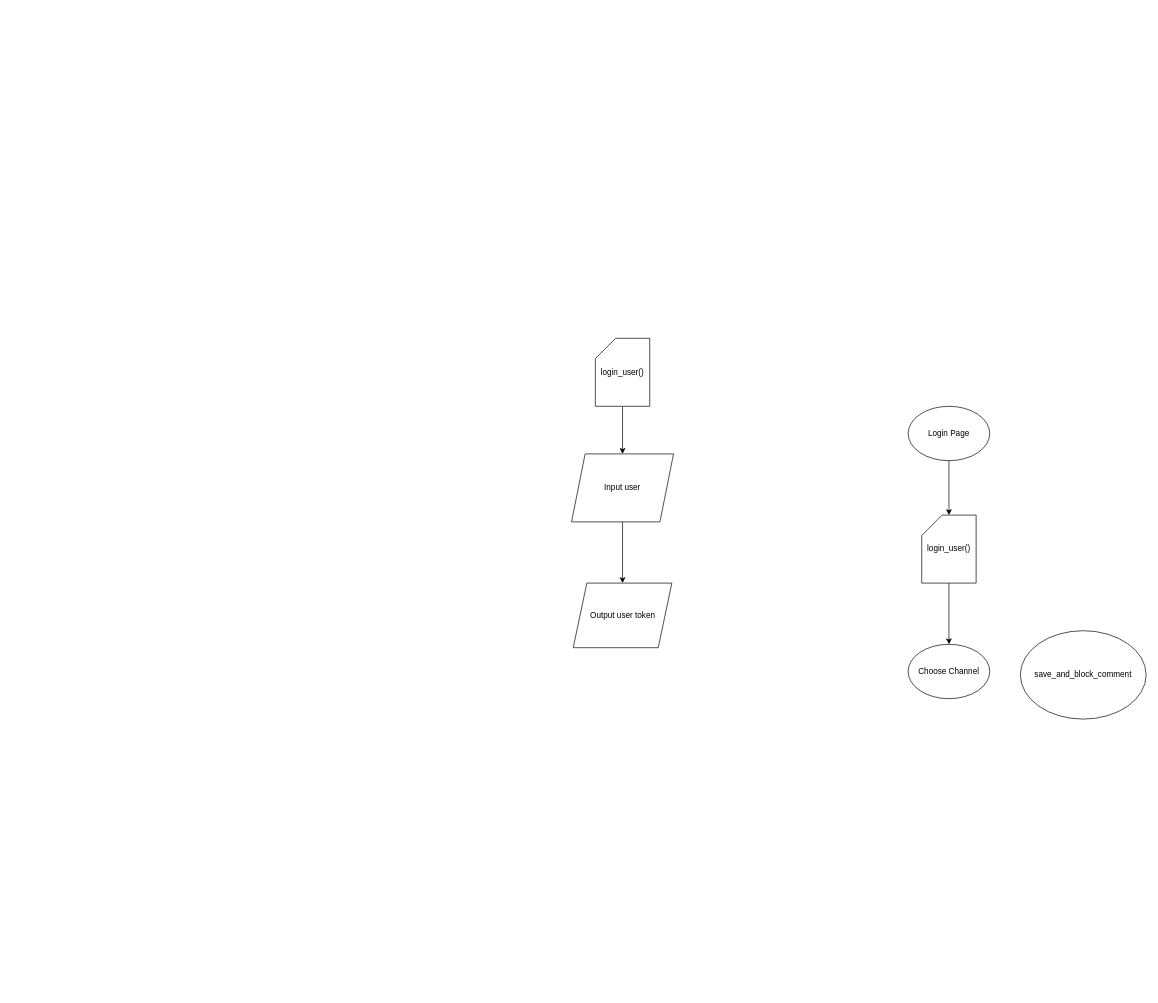
This is Plan.drawio from ImNotDanish05/LombaITFest, a draw.io file, before an edit. Source tidied: cells renumbered, new cells numbered last; positions are measured from the earlier drawing's top-left corner, leaving out a move shared by most shapes. Both pictures are drawn from the tidied source at 68%, with x=0, y=0 at pixel (571, 338).
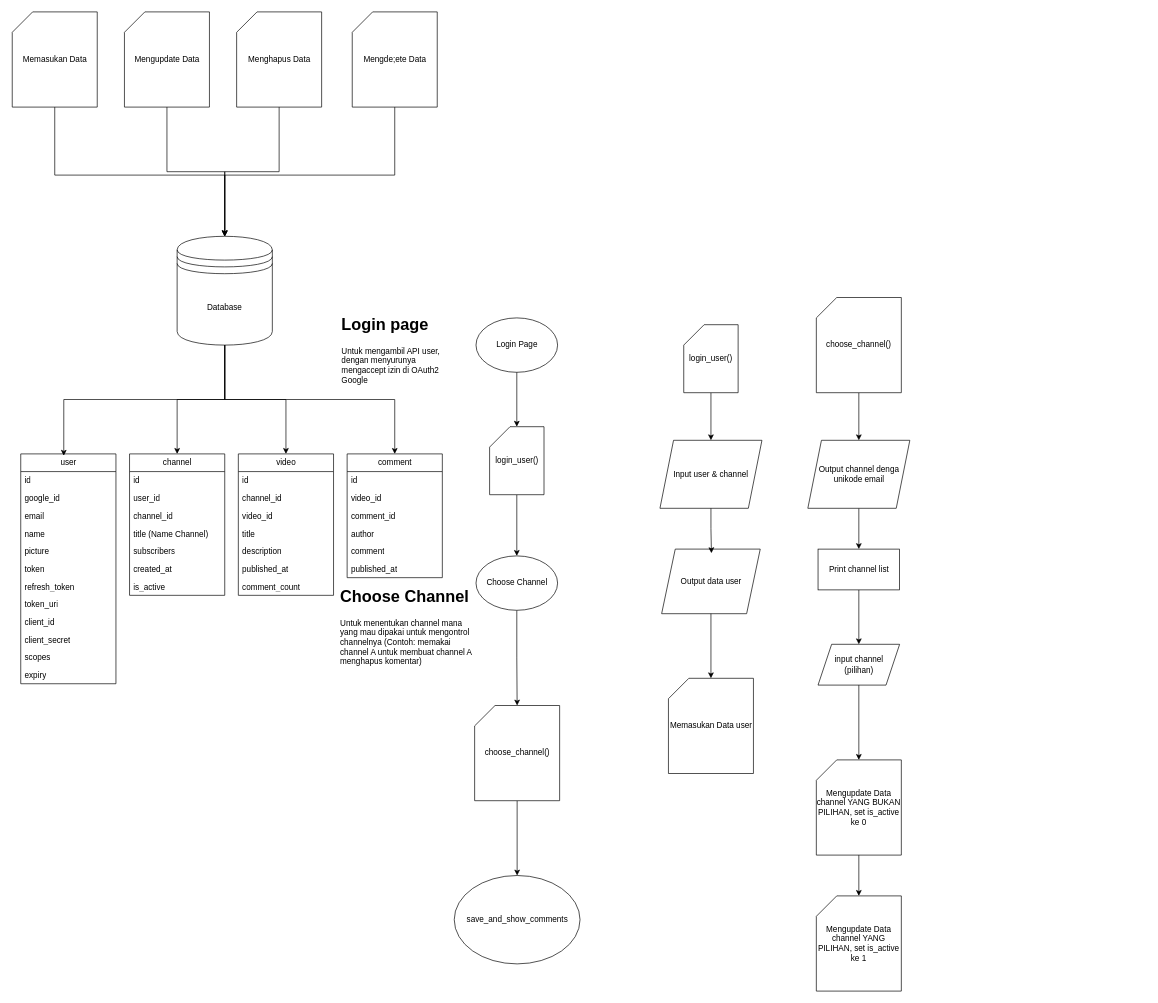
After the change.

Change to the diagram source:
```diff
@@
     <mxCell id="2" value="Login Page" style="ellipse;whiteSpace=wrap;html=1;" parent="1" vertex="1">
-      <mxGeometry x="495" y="100" width="120" height="80" as="geometry" />
+      <mxGeometry x="-140.5" y="-30" width="120" height="80" as="geometry" />
     </mxCell>
@@
     <mxCell id="4" value="login_user()" style="shape=card;whiteSpace=wrap;html=1;" parent="1" vertex="1">
-      <mxGeometry x="35" width="80" height="100" as="geometry" />
+      <mxGeometry x="165" y="-20" width="80" height="100" as="geometry" />
     </mxCell>
+    <mxCell id="13" style="edgeStyle=orthogonalEdgeStyle;rounded=0;jettySize=auto;html=1;" parent="1" edge="1" source="5" target="15">
+      <mxGeometry relative="1" as="geometry" />
+    </mxCell>
     <mxCell id="5" value="Choose Channel" style="ellipse;whiteSpace=wrap;html=1;" parent="1" vertex="1">
-      <mxGeometry x="495" y="450" width="120" height="80" as="geometry" />
+      <mxGeometry x="-140.5" y="320" width="120" height="80" as="geometry" />
     </mxCell>
-    <mxCell id="6" value="save_and_block_comment" style="ellipse;whiteSpace=wrap;html=1;" parent="1" vertex="1">
-      <mxGeometry x="660" y="430" width="185" height="130" as="geometry" />
+    <mxCell id="6" value="save_and_show_comments" style="ellipse;whiteSpace=wrap;html=1;" parent="1" vertex="1">
+      <mxGeometry x="-172.5" y="790" width="185" height="130" as="geometry" />
     </mxCell>
-    <mxCell id="7" style="edgeStyle=orthogonalEdgeStyle;rounded=0;jettySize=auto;html=1;" parent="1" edge="1" source="8" target="9">
-      <mxGeometry relative="1" as="geometry" />
-    </mxCell>
-    <mxCell id="8" value="Input user" style="shape=parallelogram;perimeter=parallelogramPerimeter;whiteSpace=wrap;html=1;fixedSize=1;" parent="1" vertex="1">
-      <mxGeometry y="170" width="150" height="100" as="geometry" />
+    <mxCell id="8" value="Input user &amp;amp; channel" style="shape=parallelogram;perimeter=parallelogramPerimeter;whiteSpace=wrap;html=1;fixedSize=1;" parent="1" vertex="1">
+      <mxGeometry x="130" y="150" width="150" height="100" as="geometry" />
     </mxCell>
-    <mxCell id="9" value="Output user token" style="shape=parallelogram;perimeter=parallelogramPerimeter;whiteSpace=wrap;html=1;fixedSize=1;" parent="1" vertex="1">
-      <mxGeometry x="2.5" y="360" width="145" height="95" as="geometry" />
+    <mxCell id="9" value="Output data user" style="shape=parallelogram;perimeter=parallelogramPerimeter;whiteSpace=wrap;html=1;fixedSize=1;" parent="1" vertex="1">
+      <mxGeometry x="132.5" y="310" width="145" height="95" as="geometry" />
     </mxCell>
@@
     <mxCell id="11" value="login_user()" style="shape=card;whiteSpace=wrap;html=1;" parent="1" vertex="1">
-      <mxGeometry x="515" y="260" width="80" height="100" as="geometry" />
+      <mxGeometry x="-120.5" y="130" width="80" height="100" as="geometry" />
     </mxCell>
@@
+    <mxCell id="14" style="edgeStyle=orthogonalEdgeStyle;rounded=0;jettySize=auto;html=1;" parent="1" edge="1" source="15" target="6">
+      <mxGeometry relative="1" as="geometry" />
+    </mxCell>
+    <mxCell id="15" value="choose_channel()" style="shape=card;whiteSpace=wrap;html=1;" parent="1" vertex="1">
+      <mxGeometry x="-142.5" y="540" width="125" height="140" as="geometry" />
+    </mxCell>
+    <mxCell id="16" style="edgeStyle=orthogonalEdgeStyle;rounded=0;jettySize=auto;html=1;" parent="1" edge="1" source="17" target="70">
+      <mxGeometry relative="1" as="geometry" />
+    </mxCell>
+    <mxCell id="17" value="choose_channel()" style="shape=card;whiteSpace=wrap;html=1;" parent="1" vertex="1">
+      <mxGeometry x="360" y="-60" width="125" height="140" as="geometry" />
+    </mxCell>
+    <mxCell id="18" style="edgeStyle=orthogonalEdgeStyle;rounded=0;jettySize=auto;html=1;" parent="1" edge="1" source="21" target="22">
+      <mxGeometry relative="1" as="geometry" />
+    </mxCell>
+    <mxCell id="19" style="edgeStyle=orthogonalEdgeStyle;rounded=0;jettySize=auto;html=1;entryX=0.5;entryY=0;entryDx=0;entryDy=0;" parent="1" edge="1" source="21" target="43">
+      <mxGeometry relative="1" as="geometry" />
+    </mxCell>
+    <mxCell id="20" style="edgeStyle=orthogonalEdgeStyle;rounded=0;jettySize=auto;html=1;" parent="1" edge="1" source="21" target="51">
+      <mxGeometry relative="1" as="geometry">
+        <Array as="points">
+          <mxPoint x="-510" y="90" />
+          <mxPoint x="-260" y="90" />
+        </Array>
+      </mxGeometry>
+    </mxCell>
+    <mxCell id="21" value="Database" style="shape=datastore;whiteSpace=wrap;html=1;" parent="1" vertex="1">
+      <mxGeometry x="-580" y="-150" width="140" height="160" as="geometry" />
+    </mxCell>
+    <mxCell id="22" value="channel" style="swimlane;fontStyle=0;horizontal=1;startSize=26;fillColor=none;html=1;" parent="1" vertex="1">
+      <mxGeometry x="-650" y="170" width="140" height="208" as="geometry" />
+    </mxCell>
+    <mxCell id="23" value="id" style="text;strokeColor=none;fillColor=none;align=left;verticalAlign=top;spacingLeft=4;spacingRight=4;overflow=hidden;whiteSpace=wrap;html=1;" parent="22" vertex="1">
+      <mxGeometry y="26" width="140" height="26" as="geometry" />
+    </mxCell>
+    <mxCell id="24" value="user_id" style="text;strokeColor=none;fillColor=none;align=left;verticalAlign=top;spacingLeft=4;spacingRight=4;overflow=hidden;whiteSpace=wrap;html=1;" parent="22" vertex="1">
+      <mxGeometry y="52" width="140" height="26" as="geometry" />
+    </mxCell>
+    <mxCell id="25" value="channel_id" style="text;strokeColor=none;fillColor=none;align=left;verticalAlign=top;spacingLeft=4;spacingRight=4;overflow=hidden;whiteSpace=wrap;html=1;" parent="22" vertex="1">
+      <mxGeometry y="78" width="140" height="26" as="geometry" />
+    </mxCell>
+    <mxCell id="26" value="title (Name Channel)" style="text;strokeColor=none;fillColor=none;align=left;verticalAlign=top;spacingLeft=4;spacingRight=4;overflow=hidden;whiteSpace=wrap;html=1;" parent="22" vertex="1">
+      <mxGeometry y="104" width="140" height="26" as="geometry" />
+    </mxCell>
+    <mxCell id="27" value="subscribers" style="text;strokeColor=none;fillColor=none;align=left;verticalAlign=top;spacingLeft=4;spacingRight=4;overflow=hidden;whiteSpace=wrap;html=1;" parent="22" vertex="1">
+      <mxGeometry y="130" width="140" height="26" as="geometry" />
+    </mxCell>
+    <mxCell id="28" value="created_at" style="text;strokeColor=none;fillColor=none;align=left;verticalAlign=top;spacingLeft=4;spacingRight=4;overflow=hidden;whiteSpace=wrap;html=1;" parent="22" vertex="1">
+      <mxGeometry y="156" width="140" height="26" as="geometry" />
+    </mxCell>
+    <mxCell id="29" value="is_active" style="text;strokeColor=none;fillColor=none;align=left;verticalAlign=top;spacingLeft=4;spacingRight=4;overflow=hidden;whiteSpace=wrap;html=1;" parent="22" vertex="1">
+      <mxGeometry y="182" width="140" height="26" as="geometry" />
+    </mxCell>
+    <mxCell id="30" value="user" style="swimlane;fontStyle=0;horizontal=1;startSize=26;fillColor=none;html=1;" parent="1" vertex="1">
+      <mxGeometry x="-810" y="170" width="140" height="338" as="geometry" />
+    </mxCell>
+    <mxCell id="31" value="id" style="text;strokeColor=none;fillColor=none;align=left;verticalAlign=top;spacingLeft=4;spacingRight=4;overflow=hidden;whiteSpace=wrap;html=1;" parent="30" vertex="1">
+      <mxGeometry y="26" width="140" height="26" as="geometry" />
+    </mxCell>
+    <mxCell id="32" value="google_id" style="text;strokeColor=none;fillColor=none;align=left;verticalAlign=top;spacingLeft=4;spacingRight=4;overflow=hidden;whiteSpace=wrap;html=1;" parent="30" vertex="1">
+      <mxGeometry y="52" width="140" height="26" as="geometry" />
+    </mxCell>
+    <mxCell id="33" value="email" style="text;strokeColor=none;fillColor=none;align=left;verticalAlign=top;spacingLeft=4;spacingRight=4;overflow=hidden;whiteSpace=wrap;html=1;" parent="30" vertex="1">
+      <mxGeometry y="78" width="140" height="26" as="geometry" />
+    </mxCell>
+    <mxCell id="34" value="name" style="text;strokeColor=none;fillColor=none;align=left;verticalAlign=top;spacingLeft=4;spacingRight=4;overflow=hidden;whiteSpace=wrap;html=1;" parent="30" vertex="1">
+      <mxGeometry y="104" width="140" height="26" as="geometry" />
+    </mxCell>
+    <mxCell id="35" value="picture" style="text;strokeColor=none;fillColor=none;align=left;verticalAlign=top;spacingLeft=4;spacingRight=4;overflow=hidden;whiteSpace=wrap;html=1;" parent="30" vertex="1">
+      <mxGeometry y="130" width="140" height="26" as="geometry" />
+    </mxCell>
+    <mxCell id="36" value="token" style="text;strokeColor=none;fillColor=none;align=left;verticalAlign=top;spacingLeft=4;spacingRight=4;overflow=hidden;whiteSpace=wrap;html=1;" parent="30" vertex="1">
+      <mxGeometry y="156" width="140" height="26" as="geometry" />
+    </mxCell>
+    <mxCell id="37" value="refresh_token" style="text;strokeColor=none;fillColor=none;align=left;verticalAlign=top;spacingLeft=4;spacingRight=4;overflow=hidden;whiteSpace=wrap;html=1;" parent="30" vertex="1">
+      <mxGeometry y="182" width="140" height="26" as="geometry" />
+    </mxCell>
+    <mxCell id="38" value="token_uri" style="text;strokeColor=none;fillColor=none;align=left;verticalAlign=top;spacingLeft=4;spacingRight=4;overflow=hidden;whiteSpace=wrap;html=1;" parent="30" vertex="1">
+      <mxGeometry y="208" width="140" height="26" as="geometry" />
+    </mxCell>
+    <mxCell id="39" value="client_id" style="text;strokeColor=none;fillColor=none;align=left;verticalAlign=top;spacingLeft=4;spacingRight=4;overflow=hidden;whiteSpace=wrap;html=1;" parent="30" vertex="1">
+      <mxGeometry y="234" width="140" height="26" as="geometry" />
+    </mxCell>
+    <mxCell id="40" value="client_secret" style="text;strokeColor=none;fillColor=none;align=left;verticalAlign=top;spacingLeft=4;spacingRight=4;overflow=hidden;whiteSpace=wrap;html=1;" parent="30" vertex="1">
+      <mxGeometry y="260" width="140" height="26" as="geometry" />
+    </mxCell>
+    <mxCell id="41" value="scopes" style="text;strokeColor=none;fillColor=none;align=left;verticalAlign=top;spacingLeft=4;spacingRight=4;overflow=hidden;whiteSpace=wrap;html=1;" parent="30" vertex="1">
+      <mxGeometry y="286" width="140" height="26" as="geometry" />
+    </mxCell>
+    <mxCell id="42" value="expiry" style="text;strokeColor=none;fillColor=none;align=left;verticalAlign=top;spacingLeft=4;spacingRight=4;overflow=hidden;whiteSpace=wrap;html=1;" parent="30" vertex="1">
+      <mxGeometry y="312" width="140" height="26" as="geometry" />
+    </mxCell>
+    <mxCell id="43" value="video" style="swimlane;fontStyle=0;horizontal=1;startSize=26;fillColor=none;html=1;" parent="1" vertex="1">
+      <mxGeometry x="-490" y="170" width="140" height="208" as="geometry" />
+    </mxCell>
+    <mxCell id="44" value="id" style="text;strokeColor=none;fillColor=none;align=left;verticalAlign=top;spacingLeft=4;spacingRight=4;overflow=hidden;whiteSpace=wrap;html=1;" parent="43" vertex="1">
+      <mxGeometry y="26" width="140" height="26" as="geometry" />
+    </mxCell>
+    <mxCell id="45" value="channel_id" style="text;strokeColor=none;fillColor=none;align=left;verticalAlign=top;spacingLeft=4;spacingRight=4;overflow=hidden;whiteSpace=wrap;html=1;" parent="43" vertex="1">
+      <mxGeometry y="52" width="140" height="26" as="geometry" />
+    </mxCell>
+    <mxCell id="46" value="video_id" style="text;strokeColor=none;fillColor=none;align=left;verticalAlign=top;spacingLeft=4;spacingRight=4;overflow=hidden;whiteSpace=wrap;html=1;" parent="43" vertex="1">
+      <mxGeometry y="78" width="140" height="26" as="geometry" />
+    </mxCell>
+    <mxCell id="47" value="title" style="text;strokeColor=none;fillColor=none;align=left;verticalAlign=top;spacingLeft=4;spacingRight=4;overflow=hidden;whiteSpace=wrap;html=1;" parent="43" vertex="1">
+      <mxGeometry y="104" width="140" height="26" as="geometry" />
+    </mxCell>
+    <mxCell id="48" value="description" style="text;strokeColor=none;fillColor=none;align=left;verticalAlign=top;spacingLeft=4;spacingRight=4;overflow=hidden;whiteSpace=wrap;html=1;" parent="43" vertex="1">
+      <mxGeometry y="130" width="140" height="26" as="geometry" />
+    </mxCell>
+    <mxCell id="49" value="published_at" style="text;strokeColor=none;fillColor=none;align=left;verticalAlign=top;spacingLeft=4;spacingRight=4;overflow=hidden;whiteSpace=wrap;html=1;" parent="43" vertex="1">
+      <mxGeometry y="156" width="140" height="26" as="geometry" />
+    </mxCell>
+    <mxCell id="50" value="comment_count" style="text;strokeColor=none;fillColor=none;align=left;verticalAlign=top;spacingLeft=4;spacingRight=4;overflow=hidden;whiteSpace=wrap;html=1;" parent="43" vertex="1">
+      <mxGeometry y="182" width="140" height="26" as="geometry" />
+    </mxCell>
+    <mxCell id="51" value="comment" style="swimlane;fontStyle=0;horizontal=1;startSize=26;fillColor=none;html=1;" parent="1" vertex="1">
+      <mxGeometry x="-330" y="170" width="140" height="182" as="geometry" />
+    </mxCell>
+    <mxCell id="52" value="id" style="text;strokeColor=none;fillColor=none;align=left;verticalAlign=top;spacingLeft=4;spacingRight=4;overflow=hidden;whiteSpace=wrap;html=1;" parent="51" vertex="1">
+      <mxGeometry y="26" width="140" height="26" as="geometry" />
+    </mxCell>
+    <mxCell id="53" value="video_id" style="text;strokeColor=none;fillColor=none;align=left;verticalAlign=top;spacingLeft=4;spacingRight=4;overflow=hidden;whiteSpace=wrap;html=1;" parent="51" vertex="1">
+      <mxGeometry y="52" width="140" height="26" as="geometry" />
+    </mxCell>
+    <mxCell id="54" value="comment_id" style="text;strokeColor=none;fillColor=none;align=left;verticalAlign=top;spacingLeft=4;spacingRight=4;overflow=hidden;whiteSpace=wrap;html=1;" parent="51" vertex="1">
+      <mxGeometry y="78" width="140" height="26" as="geometry" />
+    </mxCell>
+    <mxCell id="55" value="author" style="text;strokeColor=none;fillColor=none;align=left;verticalAlign=top;spacingLeft=4;spacingRight=4;overflow=hidden;whiteSpace=wrap;html=1;" parent="51" vertex="1">
+      <mxGeometry y="104" width="140" height="26" as="geometry" />
+    </mxCell>
+    <mxCell id="56" value="comment" style="text;strokeColor=none;fillColor=none;align=left;verticalAlign=top;spacingLeft=4;spacingRight=4;overflow=hidden;whiteSpace=wrap;html=1;" parent="51" vertex="1">
+      <mxGeometry y="130" width="140" height="26" as="geometry" />
+    </mxCell>
+    <mxCell id="57" value="published_at" style="text;strokeColor=none;fillColor=none;align=left;verticalAlign=top;spacingLeft=4;spacingRight=4;overflow=hidden;whiteSpace=wrap;html=1;" parent="51" vertex="1">
+      <mxGeometry y="156" width="140" height="26" as="geometry" />
+    </mxCell>
+    <mxCell id="58" style="edgeStyle=orthogonalEdgeStyle;rounded=0;jettySize=auto;html=1;entryX=0.452;entryY=0.008;entryDx=0;entryDy=0;entryPerimeter=0;" parent="1" edge="1" source="21" target="30">
+      <mxGeometry relative="1" as="geometry">
+        <Array as="points">
+          <mxPoint x="-510" y="90" />
+          <mxPoint x="-747" y="90" />
+        </Array>
+      </mxGeometry>
+    </mxCell>
+    <mxCell id="59" style="edgeStyle=orthogonalEdgeStyle;rounded=0;jettySize=auto;html=1;entryX=0.5;entryY=0;entryDx=0;entryDy=0;" parent="1" edge="1" source="60" target="21">
+      <mxGeometry relative="1" as="geometry">
+        <Array as="points">
+          <mxPoint x="-760" y="-240" />
+          <mxPoint x="-510" y="-240" />
+        </Array>
+      </mxGeometry>
+    </mxCell>
+    <mxCell id="60" value="Memasukan Data" style="shape=card;whiteSpace=wrap;html=1;" parent="1" vertex="1">
+      <mxGeometry x="-822.5" y="-480" width="125" height="140" as="geometry" />
+    </mxCell>
+    <mxCell id="61" value="Memasukan Data user" style="shape=card;whiteSpace=wrap;html=1;" parent="1" vertex="1">
+      <mxGeometry x="142.5" y="500" width="125" height="140" as="geometry" />
+    </mxCell>
+    <mxCell id="7" style="edgeStyle=orthogonalEdgeStyle;rounded=0;jettySize=auto;html=1;entryX=0.505;entryY=0.063;entryDx=0;entryDy=0;entryPerimeter=0;" parent="1" edge="1" source="8" target="9">
+      <mxGeometry relative="1" as="geometry" />
+    </mxCell>
+    <mxCell id="62" style="edgeStyle=orthogonalEdgeStyle;rounded=0;jettySize=auto;html=1;entryX=0.5;entryY=0;entryDx=0;entryDy=0;entryPerimeter=0;" parent="1" edge="1" source="9" target="61">
+      <mxGeometry relative="1" as="geometry" />
+    </mxCell>
+    <mxCell id="63" style="edgeStyle=orthogonalEdgeStyle;rounded=0;jettySize=auto;html=1;" parent="1" edge="1" source="64" target="21">
+      <mxGeometry relative="1" as="geometry" />
+    </mxCell>
+    <mxCell id="64" value="Mengupdate Data" style="shape=card;whiteSpace=wrap;html=1;" parent="1" vertex="1">
+      <mxGeometry x="-657.5" y="-480" width="125" height="140" as="geometry" />
+    </mxCell>
+    <mxCell id="65" style="edgeStyle=orthogonalEdgeStyle;rounded=0;jettySize=auto;html=1;entryX=0.5;entryY=0;entryDx=0;entryDy=0;" parent="1" edge="1" source="66" target="21">
+      <mxGeometry relative="1" as="geometry" />
+    </mxCell>
+    <mxCell id="66" value="Menghapus Data" style="shape=card;whiteSpace=wrap;html=1;" parent="1" vertex="1">
+      <mxGeometry x="-492.5" y="-480" width="125" height="140" as="geometry" />
+    </mxCell>
+    <mxCell id="67" style="edgeStyle=orthogonalEdgeStyle;rounded=0;jettySize=auto;html=1;entryX=0.5;entryY=0;entryDx=0;entryDy=0;" parent="1" edge="1" source="68" target="21">
+      <mxGeometry relative="1" as="geometry">
+        <Array as="points">
+          <mxPoint x="-260" y="-240" />
+          <mxPoint x="-510" y="-240" />
+        </Array>
+      </mxGeometry>
+    </mxCell>
+    <mxCell id="68" value="Mengde;ete Data" style="shape=card;whiteSpace=wrap;html=1;" parent="1" vertex="1">
+      <mxGeometry x="-322.5" y="-480" width="125" height="140" as="geometry" />
+    </mxCell>
+    <mxCell id="69" style="edgeStyle=orthogonalEdgeStyle;rounded=0;jettySize=auto;html=1;" parent="1" edge="1" source="70" target="72">
+      <mxGeometry relative="1" as="geometry" />
+    </mxCell>
+    <mxCell id="70" value="Output channel denga&lt;div&gt;unikode email&lt;/div&gt;" style="shape=parallelogram;perimeter=parallelogramPerimeter;whiteSpace=wrap;html=1;fixedSize=1;" parent="1" vertex="1">
+      <mxGeometry x="347.5" y="150" width="150" height="100" as="geometry" />
+    </mxCell>
+    <mxCell id="71" style="edgeStyle=orthogonalEdgeStyle;rounded=0;jettySize=auto;html=1;" parent="1" edge="1" source="72" target="74">
+      <mxGeometry relative="1" as="geometry" />
+    </mxCell>
+    <mxCell id="72" value="Print channel list" style="rounded=0;whiteSpace=wrap;html=1;" parent="1" vertex="1">
+      <mxGeometry x="362.5" y="310" width="120" height="60" as="geometry" />
+    </mxCell>
+    <mxCell id="73" style="edgeStyle=orthogonalEdgeStyle;rounded=0;jettySize=auto;html=1;" parent="1" edge="1" source="74" target="75">
+      <mxGeometry relative="1" as="geometry" />
+    </mxCell>
+    <mxCell id="74" value="input channel&lt;div&gt;(pilihan)&lt;/div&gt;" style="shape=parallelogram;perimeter=parallelogramPerimeter;whiteSpace=wrap;html=1;fixedSize=1;" parent="1" vertex="1">
+      <mxGeometry x="362.5" y="450" width="120" height="60" as="geometry" />
+    </mxCell>
+    <mxCell id="75" value="Mengupdate Data channel YANG BUKAN PILIHAN, set is_active ke 0" style="shape=card;whiteSpace=wrap;html=1;" parent="1" vertex="1">
+      <mxGeometry x="360" y="620" width="125" height="140" as="geometry" />
+    </mxCell>
+    <mxCell id="76" value="Mengupdate Data channel YANG PILIHAN, set is_active ke 1" style="shape=card;whiteSpace=wrap;html=1;" parent="1" vertex="1">
+      <mxGeometry x="360" y="820" width="125" height="140" as="geometry" />
+    </mxCell>
+    <mxCell id="77" style="edgeStyle=orthogonalEdgeStyle;rounded=0;jettySize=auto;html=1;entryX=0.5;entryY=0;entryDx=0;entryDy=0;entryPerimeter=0;" parent="1" edge="1" source="75" target="76">
+      <mxGeometry relative="1" as="geometry" />
+    </mxCell>
+    <mxCell id="78" value="&lt;h1 style=&quot;margin-top: 0px;&quot;&gt;Login page&lt;/h1&gt;&lt;div&gt;Untuk mengambil API user, dengan menyurunya mengaccept izin di OAuth2 Google&lt;/div&gt;" style="text;html=1;whiteSpace=wrap;overflow=hidden;rounded=0;" parent="1" vertex="1">
+      <mxGeometry x="-340" y="-40" width="180" height="120" as="geometry" />
+    </mxCell>
+    <mxCell id="79" value="&lt;h1 style=&quot;margin-top: 0px;&quot;&gt;Choose Channel&lt;/h1&gt;&lt;div&gt;Untuk menentukan channel mana yang mau dipakai untuk mengontrol channelnya (Contoh: memakai channel A untuk membuat channel A menghapus komentar)&lt;/div&gt;" style="text;html=1;whiteSpace=wrap;overflow=hidden;rounded=0;" parent="1" vertex="1">
+      <mxGeometry x="-342.5" y="360" width="200" height="120" as="geometry" />
+    </mxCell>
```
